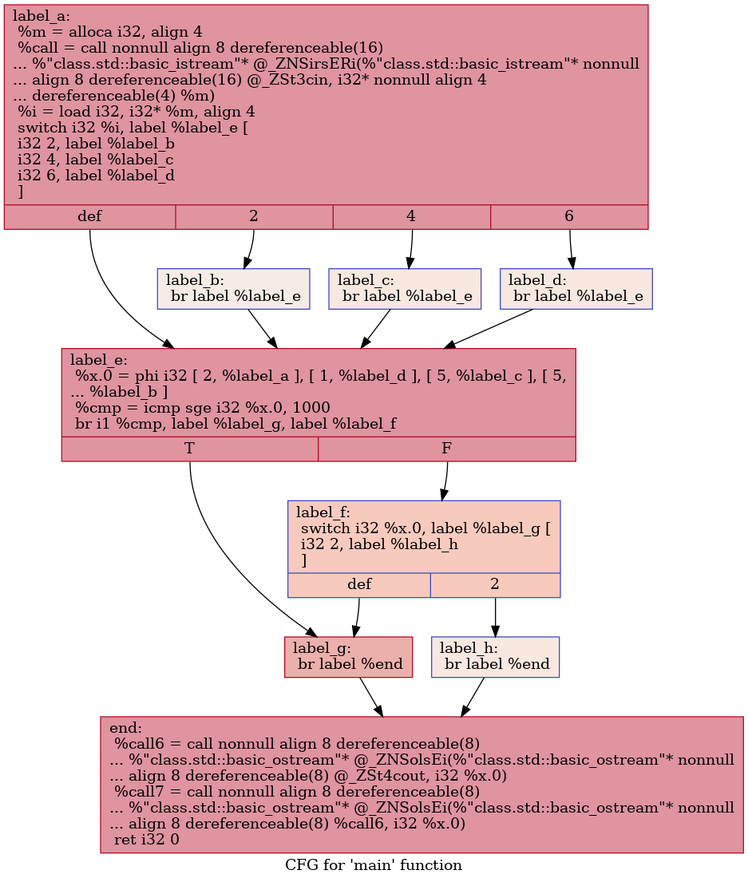
The Graphviz diagram IR/cfg/baseline.dot.png in HPSSA-LLVM/HPSSA-LLVM, before a commit. Its source is kept beside it as IR/cfg/baseline.dot.
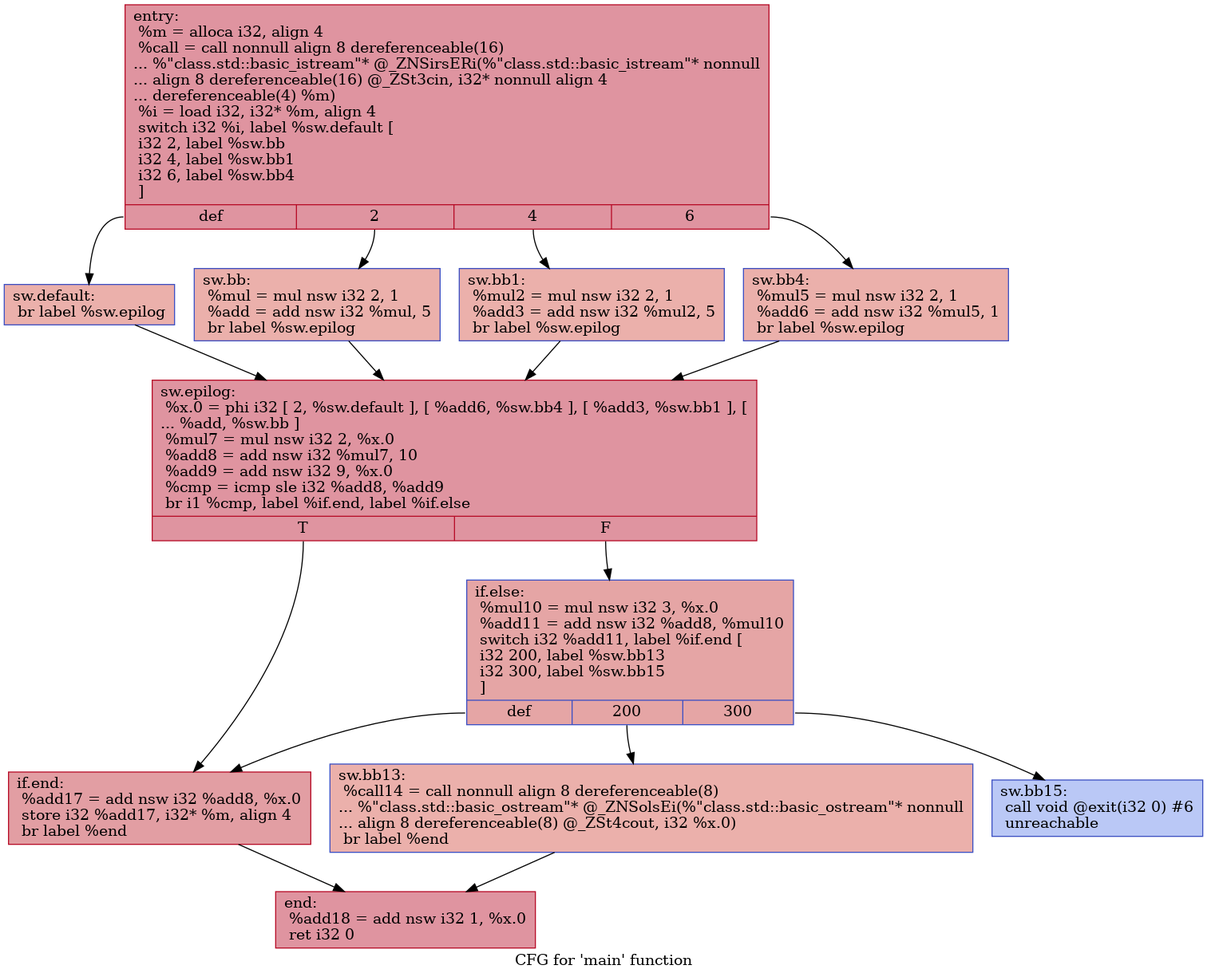
Later version of the same file.

What changed in the source:
```diff
@@ -1,26 +1,30 @@
 digraph "CFG for 'main' function" {
 	label="CFG for 'main' function";
 
-	Node0x557325442e50 [shape=record,color="#b70d28ff", style=filled, fillcolor="#b70d2870",label="{label_a:\l  %m = alloca i32, align 4\l  %call = call nonnull align 8 dereferenceable(16)\l... %\"class.std::basic_istream\"* @_ZNSirsERi(%\"class.std::basic_istream\"* nonnull\l... align 8 dereferenceable(16) @_ZSt3cin, i32* nonnull align 4\l... dereferenceable(4) %m)\l  %i = load i32, i32* %m, align 4\l  switch i32 %i, label %label_e [\l    i32 2, label %label_b\l    i32 4, label %label_c\l    i32 6, label %label_d\l  ]\l|{<s0>def|<s1>2|<s2>4|<s3>6}}"];
-	Node0x557325442e50:s0 -> Node0x557325443290;
-	Node0x557325442e50:s1 -> Node0x557325443390;
-	Node0x557325442e50:s2 -> Node0x557325443490;
-	Node0x557325442e50:s3 -> Node0x557325443590;
-	Node0x557325443390 [shape=record,color="#3d50c3ff", style=filled, fillcolor="#ecd3c570",label="{label_b:                                          \l  br label %label_e\l}"];
-	Node0x557325443390 -> Node0x557325443290;
-	Node0x557325443490 [shape=record,color="#3d50c3ff", style=filled, fillcolor="#f1ccb870",label="{label_c:                                          \l  br label %label_e\l}"];
-	Node0x557325443490 -> Node0x557325443290;
-	Node0x557325443590 [shape=record,color="#3d50c3ff", style=filled, fillcolor="#f1ccb870",label="{label_d:                                          \l  br label %label_e\l}"];
-	Node0x557325443590 -> Node0x557325443290;
-	Node0x557325443290 [shape=record,color="#b70d28ff", style=filled, fillcolor="#b70d2870",label="{label_e:                                          \l  %x.0 = phi i32 [ 2, %label_a ], [ 1, %label_d ], [ 5, %label_c ], [ 5,\l... %label_b ]\l  %cmp = icmp sge i32 %x.0, 1000\l  br i1 %cmp, label %label_g, label %label_f\l|{<s0>T|<s1>F}}"];
-	Node0x557325443290:s0 -> Node0x557325443a30;
-	Node0x557325443290:s1 -> Node0x557325443aa0;
-	Node0x557325443aa0 [shape=record,color="#3d50c3ff", style=filled, fillcolor="#ef886b70",label="{label_f:                                          \l  switch i32 %x.0, label %label_g [\l    i32 2, label %label_h\l  ]\l|{<s0>def|<s1>2}}"];
-	Node0x557325443aa0:s0 -> Node0x557325443a30;
-	Node0x557325443aa0:s1 -> Node0x557325443bc0;
-	Node0x557325443a30 [shape=record,color="#b70d28ff", style=filled, fillcolor="#d24b4070",label="{label_g:                                          \l  br label %end\l}"];
-	Node0x557325443a30 -> Node0x557325443eb0;
-	Node0x557325443bc0 [shape=record,color="#3d50c3ff", style=filled, fillcolor="#f1ccb870",label="{label_h:                                          \l  br label %end\l}"];
-	Node0x557325443bc0 -> Node0x557325443eb0;
-	Node0x557325443eb0 [shape=record,color="#b70d28ff", style=filled, fillcolor="#b70d2870",label="{end:                                              \l  %call6 = call nonnull align 8 dereferenceable(8)\l... %\"class.std::basic_ostream\"* @_ZNSolsEi(%\"class.std::basic_ostream\"* nonnull\l... align 8 dereferenceable(8) @_ZSt4cout, i32 %x.0)\l  %call7 = call nonnull align 8 dereferenceable(8)\l... %\"class.std::basic_ostream\"* @_ZNSolsEi(%\"class.std::basic_ostream\"* nonnull\l... align 8 dereferenceable(8) %call6, i32 %x.0)\l  ret i32 0\l}"];
+	Node0x55a42e985260 [shape=record,color="#b70d28ff", style=filled, fillcolor="#b70d2870",label="{entry:\l  %m = alloca i32, align 4\l  %call = call nonnull align 8 dereferenceable(16)\l... %\"class.std::basic_istream\"* @_ZNSirsERi(%\"class.std::basic_istream\"* nonnull\l... align 8 dereferenceable(16) @_ZSt3cin, i32* nonnull align 4\l... dereferenceable(4) %m)\l  %i = load i32, i32* %m, align 4\l  switch i32 %i, label %sw.default [\l    i32 2, label %sw.bb\l    i32 4, label %sw.bb1\l    i32 6, label %sw.bb4\l  ]\l|{<s0>def|<s1>2|<s2>4|<s3>6}}"];
+	Node0x55a42e985260:s0 -> Node0x55a42e9856a0;
+	Node0x55a42e985260:s1 -> Node0x55a42e9857b0;
+	Node0x55a42e985260:s2 -> Node0x55a42e9858b0;
+	Node0x55a42e985260:s3 -> Node0x55a42e9859b0;
+	Node0x55a42e9857b0 [shape=record,color="#3d50c3ff", style=filled, fillcolor="#d24b4070",label="{sw.bb:                                            \l  %mul = mul nsw i32 2, 1\l  %add = add nsw i32 %mul, 5\l  br label %sw.epilog\l}"];
+	Node0x55a42e9857b0 -> Node0x55a42e985c60;
+	Node0x55a42e9858b0 [shape=record,color="#3d50c3ff", style=filled, fillcolor="#d24b4070",label="{sw.bb1:                                           \l  %mul2 = mul nsw i32 2, 1\l  %add3 = add nsw i32 %mul2, 5\l  br label %sw.epilog\l}"];
+	Node0x55a42e9858b0 -> Node0x55a42e985c60;
+	Node0x55a42e9859b0 [shape=record,color="#3d50c3ff", style=filled, fillcolor="#d24b4070",label="{sw.bb4:                                           \l  %mul5 = mul nsw i32 2, 1\l  %add6 = add nsw i32 %mul5, 1\l  br label %sw.epilog\l}"];
+	Node0x55a42e9859b0 -> Node0x55a42e985c60;
+	Node0x55a42e9856a0 [shape=record,color="#3d50c3ff", style=filled, fillcolor="#d24b4070",label="{sw.default:                                       \l  br label %sw.epilog\l}"];
+	Node0x55a42e9856a0 -> Node0x55a42e985c60;
+	Node0x55a42e985c60 [shape=record,color="#b70d28ff", style=filled, fillcolor="#b70d2870",label="{sw.epilog:                                        \l  %x.0 = phi i32 [ 2, %sw.default ], [ %add6, %sw.bb4 ], [ %add3, %sw.bb1 ], [\l... %add, %sw.bb ]\l  %mul7 = mul nsw i32 2, %x.0\l  %add8 = add nsw i32 %mul7, 10\l  %add9 = add nsw i32 9, %x.0\l  %cmp = icmp sle i32 %add8, %add9\l  br i1 %cmp, label %if.end, label %if.else\l|{<s0>T|<s1>F}}"];
+	Node0x55a42e985c60:s0 -> Node0x55a42e986740;
+	Node0x55a42e985c60:s1 -> Node0x55a42e9867b0;
+	Node0x55a42e9867b0 [shape=record,color="#3d50c3ff", style=filled, fillcolor="#c5333470",label="{if.else:                                          \l  %mul10 = mul nsw i32 3, %x.0\l  %add11 = add nsw i32 %add8, %mul10\l  switch i32 %add11, label %if.end [\l    i32 200, label %sw.bb13\l    i32 300, label %sw.bb15\l  ]\l|{<s0>def|<s1>200|<s2>300}}"];
+	Node0x55a42e9867b0:s0 -> Node0x55a42e986740;
+	Node0x55a42e9867b0:s1 -> Node0x55a42e986a90;
+	Node0x55a42e9867b0:s2 -> Node0x55a42e986e50;
+	Node0x55a42e986a90 [shape=record,color="#3d50c3ff", style=filled, fillcolor="#d24b4070",label="{sw.bb13:                                          \l  %call14 = call nonnull align 8 dereferenceable(8)\l... %\"class.std::basic_ostream\"* @_ZNSolsEi(%\"class.std::basic_ostream\"* nonnull\l... align 8 dereferenceable(8) @_ZSt4cout, i32 %x.0)\l  br label %end\l}"];
+	Node0x55a42e986a90 -> Node0x55a42e9871f0;
+	Node0x55a42e986e50 [shape=record,color="#3d50c3ff", style=filled, fillcolor="#6282ea70",label="{sw.bb15:                                          \l  call void @exit(i32 0) #6\l  unreachable\l}"];
+	Node0x55a42e986740 [shape=record,color="#b70d28ff", style=filled, fillcolor="#be242e70",label="{if.end:                                           \l  %add17 = add nsw i32 %add8, %x.0\l  store i32 %add17, i32* %m, align 4\l  br label %end\l}"];
+	Node0x55a42e986740 -> Node0x55a42e9871f0;
+	Node0x55a42e9871f0 [shape=record,color="#b70d28ff", style=filled, fillcolor="#b70d2870",label="{end:                                              \l  %add18 = add nsw i32 1, %x.0\l  ret i32 0\l}"];
 }
```
